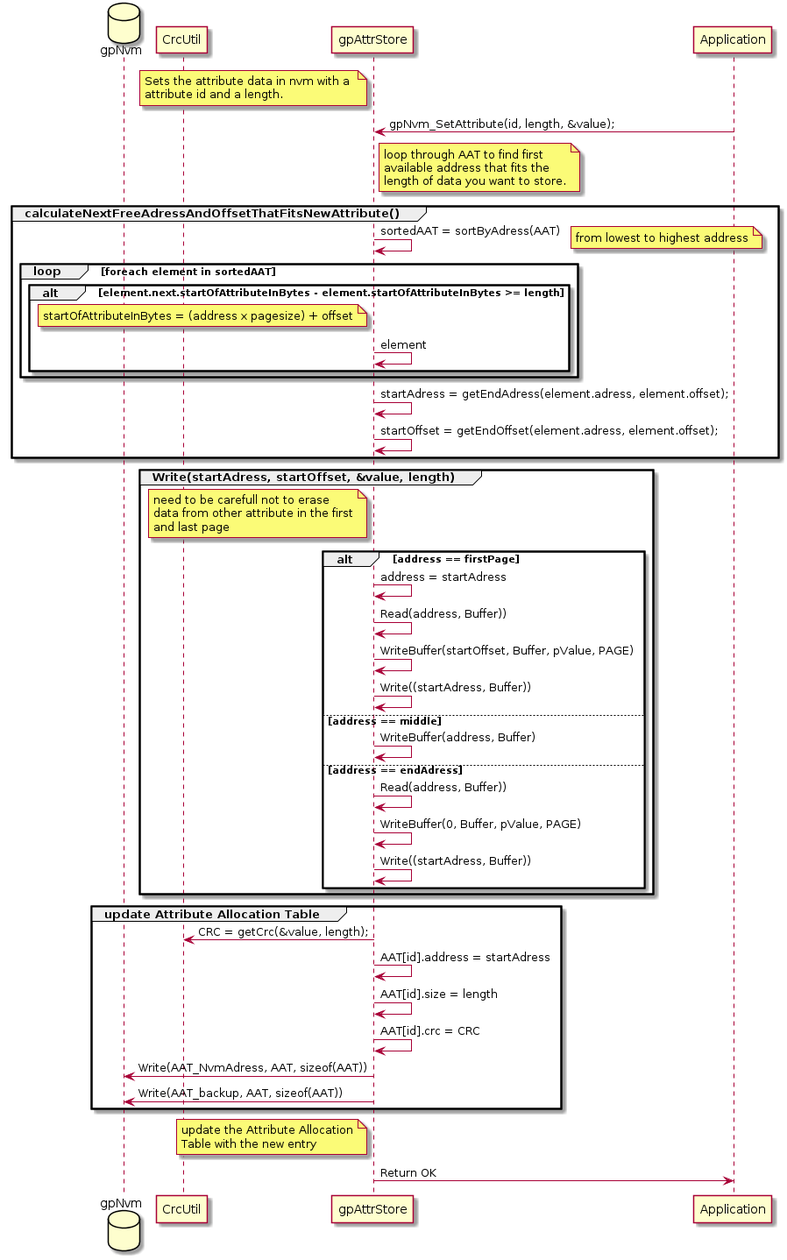
The PlantUML diagram doc/gpNvm_SetAttribute.png in kevinwong1983/AttributeAllocationTable, before a commit.
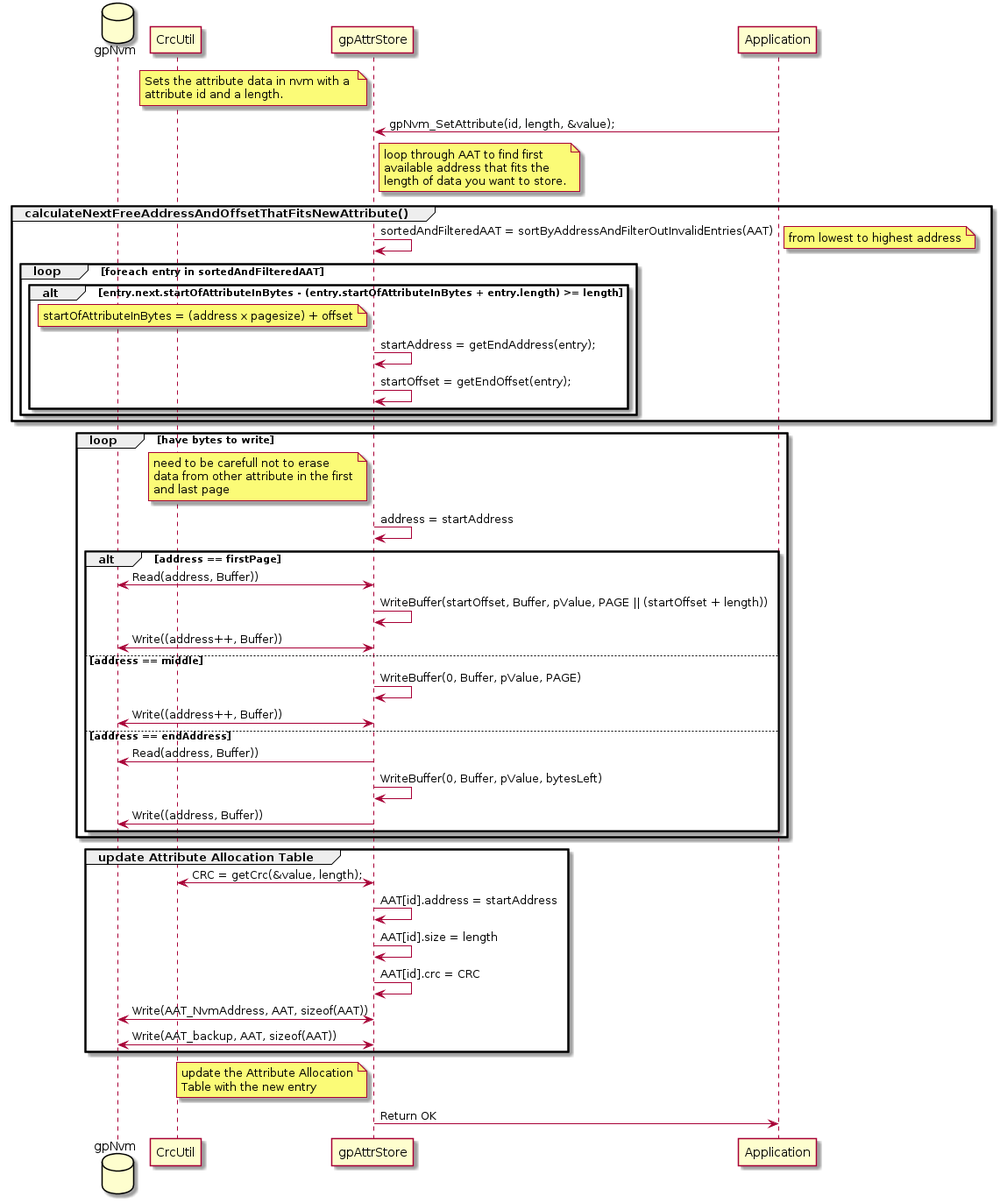
The same file after the commit.

Change to the diagram source:
```diff
@@ -15,48 +15,49 @@
 		available address that fits the
 		length of data you want to store.
 	end note
-	group calculateNextFreeAdressAndOffsetThatFitsNewAttribute()
-		gpAttrStore -> gpAttrStore: sortedAAT = sortByAdress(AAT)
+	group calculateNextFreeAddressAndOffsetThatFitsNewAttribute()
+		gpAttrStore -> gpAttrStore: sortedAndFilteredAAT = sortByAddressAndFilterOutInvalidEntries(AAT)
 		note right: from lowest to highest address
-		loop foreach element in sortedAAT
-			alt element.next.startOfAttributeInBytes - element.startOfAttributeInBytes >= length
+		loop foreach entry in sortedAndFilteredAAT
+			alt entry.next.startOfAttributeInBytes - (entry.startOfAttributeInBytes + entry.length) >= length
 				note left of gpAttrStore
 					startOfAttributeInBytes = (address x pagesize) + offset
 				end note
-				gpAttrStore -> gpAttrStore: element
+				gpAttrStore -> gpAttrStore: startAddress = getEndAddress(entry);
+				gpAttrStore -> gpAttrStore: startOffset = getEndOffset(entry);
 			end
 		end
-		gpAttrStore -> gpAttrStore: startAdress = getEndAdress(element.adress, element.offset);
-		gpAttrStore -> gpAttrStore: startOffset = getEndOffset(element.adress, element.offset);
 	end
 
-	group Write(startAdress, startOffset, &value, length)
+	loop have bytes to write
 		note left of gpAttrStore
 			need to be carefull not to erase
 			data from other attribute in the first
 			and last page
 		end note
+		gpAttrStore -> gpAttrStore: address = startAddress
 		alt address == firstPage
-			gpAttrStore -> gpAttrStore: address = startAdress
-			gpAttrStore -> gpAttrStore: Read(address, Buffer))
-			gpAttrStore -> gpAttrStore: WriteBuffer(startOffset, Buffer, pValue, PAGE)
-			gpAttrStore -> gpAttrStore: Write((startAdress, Buffer))
+
+			gpAttrStore <-> gpNvm: Read(address, Buffer))
+			gpAttrStore -> gpAttrStore: WriteBuffer(startOffset, Buffer, pValue, PAGE || (startOffset + length))
+			gpAttrStore <-> gpNvm: Write((address++, Buffer))
 		else address == middle
-			gpAttrStore -> gpAttrStore: WriteBuffer(address, Buffer)
-		else address == endAdress
-			gpAttrStore -> gpAttrStore: Read(address, Buffer))
 			gpAttrStore -> gpAttrStore: WriteBuffer(0, Buffer, pValue, PAGE)
-			gpAttrStore -> gpAttrStore: Write((startAdress, Buffer))
+			gpAttrStore <-> gpNvm: Write((address++, Buffer))
+		else address == endAddress
+			gpAttrStore -> gpNvm: Read(address, Buffer))
+			gpAttrStore -> gpAttrStore: WriteBuffer(0, Buffer, pValue, bytesLeft)
+			gpAttrStore -> gpNvm: Write((address, Buffer))
 		end
 	end
 
 	group update Attribute Allocation Table
-		gpAttrStore -> CrcUtil : CRC = getCrc(&value, length);
-		gpAttrStore -> gpAttrStore : AAT[id].address = startAdress
+		gpAttrStore <-> CrcUtil : CRC = getCrc(&value, length);
+		gpAttrStore -> gpAttrStore : AAT[id].address = startAddress
 		gpAttrStore -> gpAttrStore : AAT[id].size = length
 		gpAttrStore -> gpAttrStore : AAT[id].crc = CRC
-		gpAttrStore -> gpNvm: Write(AAT_NvmAdress, AAT, sizeof(AAT))
-		gpAttrStore -> gpNvm: Write(AAT_backup, AAT, sizeof(AAT))
+		gpAttrStore <-> gpNvm: Write(AAT_NvmAddress, AAT, sizeof(AAT))
+		gpAttrStore <-> gpNvm: Write(AAT_backup, AAT, sizeof(AAT))
 	end
 
 	note left of gpAttrStore
```
